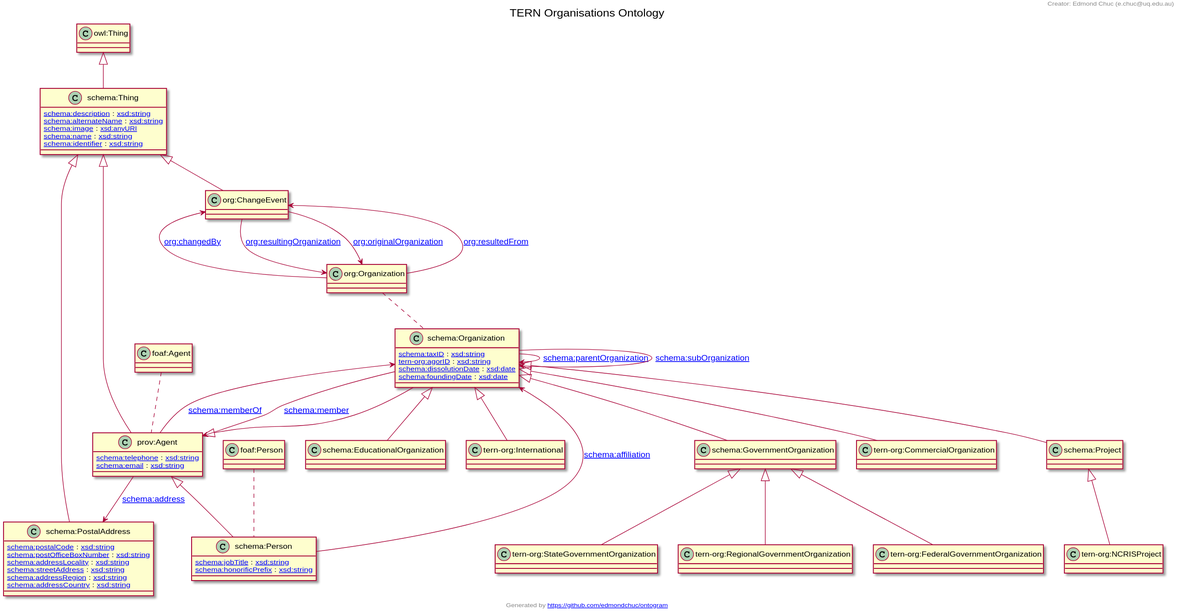
Before: docs/tern-org.ttl.txt.svg, a diagram exported from PlantUML (ternaustralia/ontology_tern-org).
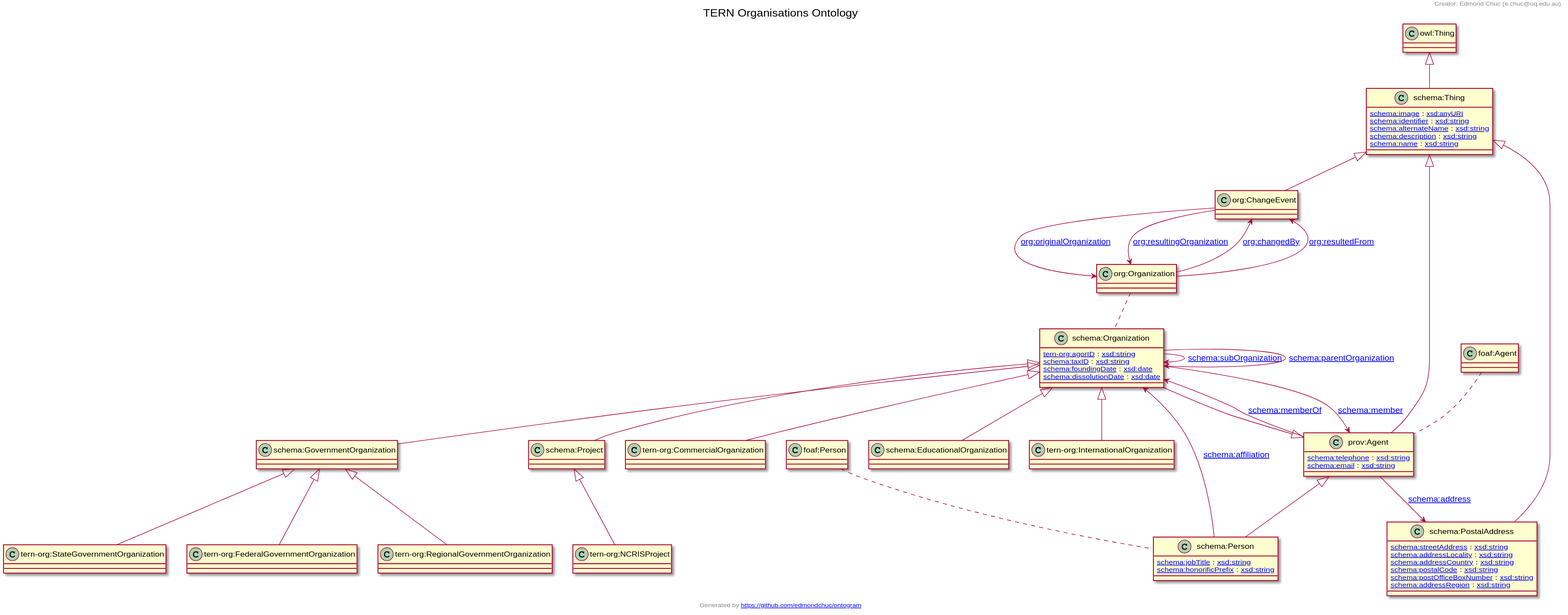
After the change.

Commit message:
Changed URI for international organization class

The edit, as a diff of the source:
```diff
@@ -1,82 +1,82 @@
 @startuml
 title TERN Organisations Ontology
+"schema:Thing" <|-- "org:ChangeEvent"
 "schema:Organization" <|-- "schema:GovernmentOrganization"
 "schema:Thing" <|-- "schema:PostalAddress"
-"prov:Agent" <|-- "schema:Person"
-"schema:Thing" <|-- "org:ChangeEvent"
 "schema:GovernmentOrganization" <|-- "tern-org:RegionalGovernmentOrganization"
 "schema:GovernmentOrganization" <|-- "tern-org:StateGovernmentOrganization"
+"schema:Thing" <|-- "prov:Agent"
 "schema:Organization" <|-- "tern-org:CommercialOrganization"
 "schema:Project" <|-- "tern-org:NCRISProject"
+"schema:Organization" <|-- "schema:EducationalOrganization"
+"prov:Agent" <|-- "schema:Person"
+"prov:Agent" <|-- "schema:Organization"
 "schema:GovernmentOrganization" <|-- "tern-org:FederalGovernmentOrganization"
 "owl:Thing" <|-- "schema:Thing"
-"schema:Organization" <|-- "schema:EducationalOrganization"
-"schema:Organization" <|-- "tern-org:International"
-"prov:Agent" <|-- "schema:Organization"
-"schema:Thing" <|-- "prov:Agent"
+"schema:Organization" <|-- "tern-org:InternationalOrganization"
 "schema:Organization" <|-- "schema:Project"
+Class "org:ChangeEvent" [[http://www.w3.org/ns/org#ChangeEvent]] {
+}
 Class "schema:GovernmentOrganization" [[http://schema.org/GovernmentOrganization]] {
 }
 Class "schema:PostalAddress" [[http://schema.org/PostalAddress]] {
+[[http://schema.org/streetAddress schema:streetAddress]] : [[http://www.w3.org/2001/XMLSchema#string xsd:string]]
+[[http://schema.org/addressLocality schema:addressLocality]] : [[http://www.w3.org/2001/XMLSchema#string xsd:string]]
+[[http://schema.org/addressCountry schema:addressCountry]] : [[http://www.w3.org/2001/XMLSchema#string xsd:string]]
 [[http://schema.org/postalCode schema:postalCode]] : [[http://www.w3.org/2001/XMLSchema#string xsd:string]]
 [[http://schema.org/postOfficeBoxNumber schema:postOfficeBoxNumber]] : [[http://www.w3.org/2001/XMLSchema#string xsd:string]]
-[[http://schema.org/addressLocality schema:addressLocality]] : [[http://www.w3.org/2001/XMLSchema#string xsd:string]]
-[[http://schema.org/streetAddress schema:streetAddress]] : [[http://www.w3.org/2001/XMLSchema#string xsd:string]]
 [[http://schema.org/addressRegion schema:addressRegion]] : [[http://www.w3.org/2001/XMLSchema#string xsd:string]]
-[[http://schema.org/addressCountry schema:addressCountry]] : [[http://www.w3.org/2001/XMLSchema#string xsd:string]]
+}
+Class "tern-org:RegionalGovernmentOrganization" [[https://w3id.org/tern/ontologies/org/RegionalGovernmentOrganization]] {
+}
+Class "tern-org:StateGovernmentOrganization" [[https://w3id.org/tern/ontologies/org/StateGovernmentOrganization]] {
+}
+Class "prov:Agent" [[http://www.w3.org/ns/prov#Agent]] {
+[[http://schema.org/telephone schema:telephone]] : [[http://www.w3.org/2001/XMLSchema#string xsd:string]]
+[[http://schema.org/email schema:email]] : [[http://www.w3.org/2001/XMLSchema#string xsd:string]]
+}
+Class "tern-org:CommercialOrganization" [[https://w3id.org/tern/ontologies/org/CommercialOrganization]] {
+}
+Class "tern-org:NCRISProject" [[https://w3id.org/tern/ontologies/org/NCRISProject]] {
+}
+Class "schema:EducationalOrganization" [[http://schema.org/EducationalOrganization]] {
 }
 Class "schema:Person" [[http://schema.org/Person]] {
 [[http://schema.org/jobTitle schema:jobTitle]] : [[http://www.w3.org/2001/XMLSchema#string xsd:string]]
 [[http://schema.org/honorificPrefix schema:honorificPrefix]] : [[http://www.w3.org/2001/XMLSchema#string xsd:string]]
 }
-Class "org:ChangeEvent" [[http://www.w3.org/ns/org#ChangeEvent]] {
-}
-Class "tern-org:RegionalGovernmentOrganization" [[https://w3id.org/tern/ontologies/org/RegionalGovernmentOrganization]] {
-}
-Class "tern-org:StateGovernmentOrganization" [[https://w3id.org/tern/ontologies/org/StateGovernmentOrganization]] {
-}
-Class "tern-org:CommercialOrganization" [[https://w3id.org/tern/ontologies/org/CommercialOrganization]] {
-}
-Class "tern-org:NCRISProject" [[https://w3id.org/tern/ontologies/org/NCRISProject]] {
+Class "schema:Organization" [[http://schema.org/Organization]] {
+[[https://w3id.org/tern/ontologies/org/agorID tern-org:agorID]] : [[http://www.w3.org/2001/XMLSchema#string xsd:string]]
+[[http://schema.org/taxID schema:taxID]] : [[http://www.w3.org/2001/XMLSchema#string xsd:string]]
+[[http://schema.org/foundingDate schema:foundingDate]] : [[http://www.w3.org/2001/XMLSchema#date xsd:date]]
+[[http://schema.org/dissolutionDate schema:dissolutionDate]] : [[http://www.w3.org/2001/XMLSchema#date xsd:date]]
 }
 Class "tern-org:FederalGovernmentOrganization" [[https://w3id.org/tern/ontologies/org/FederalGovernmentOrganization]] {
 }
 Class "schema:Thing" [[http://schema.org/Thing]] {
+[[http://schema.org/image schema:image]] : [[http://www.w3.org/2001/XMLSchema#anyURI xsd:anyURI]]
+[[http://schema.org/identifier schema:identifier]] : [[http://www.w3.org/2001/XMLSchema#string xsd:string]]
+[[http://schema.org/alternateName schema:alternateName]] : [[http://www.w3.org/2001/XMLSchema#string xsd:string]]
 [[http://schema.org/description schema:description]] : [[http://www.w3.org/2001/XMLSchema#string xsd:string]]
-[[http://schema.org/alternateName schema:alternateName]] : [[http://www.w3.org/2001/XMLSchema#string xsd:string]]
-[[http://schema.org/image schema:image]] : [[http://www.w3.org/2001/XMLSchema#anyURI xsd:anyURI]]
 [[http://schema.org/name schema:name]] : [[http://www.w3.org/2001/XMLSchema#string xsd:string]]
-[[http://schema.org/identifier schema:identifier]] : [[http://www.w3.org/2001/XMLSchema#string xsd:string]]
 }
-Class "schema:EducationalOrganization" [[http://schema.org/EducationalOrganization]] {
-}
-Class "tern-org:International" [[https://w3id.org/tern/ontologies/org/International]] {
-}
-Class "schema:Organization" [[http://schema.org/Organization]] {
-[[http://schema.org/taxID schema:taxID]] : [[http://www.w3.org/2001/XMLSchema#string xsd:string]]
-[[https://w3id.org/tern/ontologies/org/agorID tern-org:agorID]] : [[http://www.w3.org/2001/XMLSchema#string xsd:string]]
-[[http://schema.org/dissolutionDate schema:dissolutionDate]] : [[http://www.w3.org/2001/XMLSchema#date xsd:date]]
-[[http://schema.org/foundingDate schema:foundingDate]] : [[http://www.w3.org/2001/XMLSchema#date xsd:date]]
-}
-Class "prov:Agent" [[http://www.w3.org/ns/prov#Agent]] {
-[[http://schema.org/telephone schema:telephone]] : [[http://www.w3.org/2001/XMLSchema#string xsd:string]]
-[[http://schema.org/email schema:email]] : [[http://www.w3.org/2001/XMLSchema#string xsd:string]]
+Class "tern-org:InternationalOrganization" [[https://w3id.org/tern/ontologies/org/InternationalOrganization]] {
 }
 Class "schema:Project" [[http://schema.org/Project]] {
 }
-"prov:Agent" --> "schema:PostalAddress" : "[[http://schema.org/address schema:address]]"
-"prov:Agent" --> "schema:Organization" : "[[http://schema.org/memberOf schema:memberOf]]"
-"schema:Person" --> "schema:Organization" : "[[http://schema.org/affiliation schema:affiliation]]"
-"org:Organization" --> "org:ChangeEvent" : "[[http://www.w3.org/ns/org#resultedFrom org:resultedFrom]]"
-"org:Organization" --> "org:ChangeEvent" : "[[http://www.w3.org/ns/org#changedBy org:changedBy]]"
-"schema:Organization" --> "prov:Agent" : "[[http://schema.org/member schema:member]]"
-"schema:Organization" --> "schema:Organization" : "[[http://schema.org/parentOrganization schema:parentOrganization]]"
-"org:ChangeEvent" --> "org:Organization" : "[[http://www.w3.org/ns/org#resultingOrganization org:resultingOrganization]]"
 "org:ChangeEvent" --> "org:Organization" : "[[http://www.w3.org/ns/org#originalOrganization org:originalOrganization]]"
 "schema:Organization" --> "schema:Organization" : "[[http://schema.org/subOrganization schema:subOrganization]]"
+"prov:Agent" --> "schema:PostalAddress" : "[[http://schema.org/address schema:address]]"
+"schema:Organization" --> "prov:Agent" : "[[http://schema.org/member schema:member]]"
+"org:Organization" --> "org:ChangeEvent" : "[[http://www.w3.org/ns/org#changedBy org:changedBy]]"
+"org:Organization" --> "org:ChangeEvent" : "[[http://www.w3.org/ns/org#resultedFrom org:resultedFrom]]"
+"schema:Organization" --> "schema:Organization" : "[[http://schema.org/parentOrganization schema:parentOrganization]]"
+"schema:Person" --> "schema:Organization" : "[[http://schema.org/affiliation schema:affiliation]]"
+"org:ChangeEvent" --> "org:Organization" : "[[http://www.w3.org/ns/org#resultingOrganization org:resultingOrganization]]"
+"prov:Agent" --> "schema:Organization" : "[[http://schema.org/memberOf schema:memberOf]]"
+"foaf:Agent" .. "prov:Agent"
 "foaf:Person" .. "schema:Person"
 "org:Organization" .. "schema:Organization"
-"foaf:Agent" .. "prov:Agent"
 header
 Creator: Edmond Chuc (e.chuc@uq.edu.au)
 endheader
```
